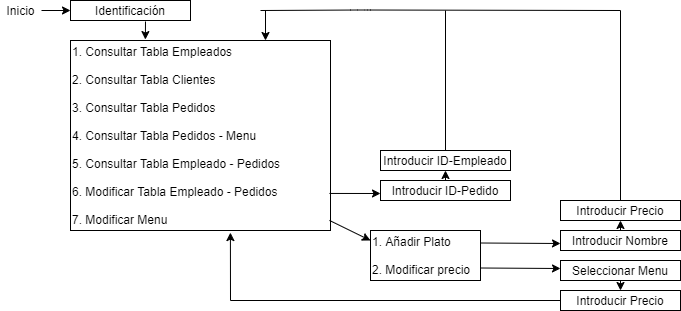
This is docs/Interfaz_Servidor.png from alexrodri04/restaurante2, a draw.io export, as it was before one commit. Source tidied: cells renumbered, new cells last; positions are measured from the earlier drawing's top-left corner, leaving out a move shared by most shapes. The source it was exported from:
```xml
<mxGraphModel>
  <root>
    <mxCell id="0" />
    <mxCell id="1" parent="0" />
    <mxCell id="2" value="Inicio" style="text;html=1;align=center;verticalAlign=middle;points=[];" parent="1" vertex="1">
      <mxGeometry width="40" height="20" as="geometry" />
    </mxCell>
    <mxCell id="3" style="endArrow=classic;html=1;exitX=1.025;exitY=0.5;exitDx=0;exitDy=0;exitPerimeter=0;" parent="1" edge="1" source="2">
      <mxGeometry relative="1" as="geometry">
        <mxPoint x="70" y="10" as="targetPoint" />
      </mxGeometry>
    </mxCell>
    <mxCell id="4" value="Identificación" style="rounded=0;whiteSpace=wrap;html=1;" parent="1" vertex="1">
      <mxGeometry x="70" width="120" height="20" as="geometry" />
    </mxCell>
    <mxCell id="5" value="1. Consultar Tabla Empleados&lt;br&gt;&lt;br&gt;2. Consultar Tabla Clientes&lt;br&gt;&lt;br&gt;3. Consultar Tabla Pedidos&lt;br&gt;&lt;br&gt;4. Consultar Tabla Pedidos - Menu&lt;br&gt;&lt;br&gt;5. Consultar Tabla Empleado - Pedidos&lt;br&gt;&lt;br&gt;6. Modificar Tabla Empleado - Pedidos&lt;br&gt;&lt;br&gt;7. Modificar Menu" style="rounded=0;whiteSpace=wrap;html=1;align=left;" parent="1" vertex="1">
      <mxGeometry x="70" y="40" width="260" height="190" as="geometry" />
    </mxCell>
    <mxCell id="6" style="endArrow=classic;html=1;entryX=0.288;entryY=-0.005;entryDx=0;entryDy=0;entryPerimeter=0;" parent="1" edge="1" target="5">
      <mxGeometry relative="1" as="geometry">
        <mxPoint x="145" y="21" as="sourcePoint" />
      </mxGeometry>
    </mxCell>
    <mxCell id="7" style="endArrow=classic;html=1;exitX=0.996;exitY=0.805;exitDx=0;exitDy=0;exitPerimeter=0;" parent="1" edge="1" source="5">
      <mxGeometry relative="1" as="geometry">
        <mxPoint x="380" y="193" as="targetPoint" />
      </mxGeometry>
    </mxCell>
    <mxCell id="8" value="Introducir ID-Pedido" style="rounded=0;whiteSpace=wrap;html=1;" parent="1" vertex="1">
      <mxGeometry x="380" y="180" width="130" height="20" as="geometry" />
    </mxCell>
    <mxCell id="9" value="Introducir ID-Empleado" style="rounded=0;whiteSpace=wrap;html=1;" parent="1" vertex="1">
      <mxGeometry x="380" y="150" width="130" height="20" as="geometry" />
    </mxCell>
    <mxCell id="10" style="endArrow=classic;html=1;exitX=0.5;exitY=0;exitDx=0;exitDy=0;entryX=0.5;entryY=1;entryDx=0;entryDy=0;" parent="1" edge="1" source="8" target="9">
      <mxGeometry relative="1" as="geometry" />
    </mxCell>
    <mxCell id="11" style="endArrow=classic;html=1;entryX=0.75;entryY=0;entryDx=0;entryDy=0;" parent="1" edge="1" target="5">
      <mxGeometry relative="1" as="geometry">
        <mxPoint x="265" y="10" as="sourcePoint" />
      </mxGeometry>
    </mxCell>
    <mxCell id="12" style="endArrow=none;html=1;exitX=0.5;exitY=0;exitDx=0;exitDy=0;" parent="1" edge="1" source="9">
      <mxGeometry relative="1" as="geometry">
        <mxPoint x="445" y="10" as="targetPoint" />
      </mxGeometry>
    </mxCell>
    <mxCell id="13" style="endArrow=none;html=1;" parent="1" edge="1">
      <mxGeometry relative="1" as="geometry">
        <mxPoint x="260" y="10" as="sourcePoint" />
        <mxPoint x="620" y="10" as="targetPoint" />
        <Array as="points">
          <mxPoint x="360" y="9.5" />
        </Array>
      </mxGeometry>
    </mxCell>
    <mxCell id="14" style="endArrow=classic;html=1;exitX=0.996;exitY=0.947;exitDx=0;exitDy=0;exitPerimeter=0;" parent="1" edge="1" source="5">
      <mxGeometry relative="1" as="geometry">
        <mxPoint x="370" y="240" as="targetPoint" />
      </mxGeometry>
    </mxCell>
    <mxCell id="15" value="1. Añadir Plato&lt;br&gt;&lt;br&gt;&lt;div&gt;&lt;span&gt;2. Modificar precio&lt;/span&gt;&lt;/div&gt;" style="rounded=0;whiteSpace=wrap;html=1;align=left;" parent="1" vertex="1">
      <mxGeometry x="370" y="230" width="110" height="50" as="geometry" />
    </mxCell>
    <mxCell id="16" style="endArrow=classic;html=1;exitX=1;exitY=0.25;exitDx=0;exitDy=0;" parent="1" edge="1" source="15">
      <mxGeometry relative="1" as="geometry">
        <mxPoint x="560" y="243" as="targetPoint" />
      </mxGeometry>
    </mxCell>
    <mxCell id="17" value="Introducir Nombre" style="rounded=0;whiteSpace=wrap;html=1;" parent="1" vertex="1">
      <mxGeometry x="560" y="230" width="120" height="20" as="geometry" />
    </mxCell>
    <mxCell id="18" value="Introducir Precio" style="rounded=0;whiteSpace=wrap;html=1;" parent="1" vertex="1">
      <mxGeometry x="560" y="200" width="120" height="20" as="geometry" />
    </mxCell>
    <mxCell id="19" style="endArrow=classic;html=1;exitX=0.5;exitY=0;exitDx=0;exitDy=0;entryX=0.5;entryY=1;entryDx=0;entryDy=0;" parent="1" edge="1" source="17" target="18">
      <mxGeometry relative="1" as="geometry" />
    </mxCell>
    <mxCell id="20" style="endArrow=none;html=1;exitX=0.5;exitY=0;exitDx=0;exitDy=0;" parent="1" edge="1" source="18">
      <mxGeometry relative="1" as="geometry">
        <mxPoint x="620" y="10" as="targetPoint" />
      </mxGeometry>
    </mxCell>
    <mxCell id="21" style="endArrow=classic;html=1;exitX=1;exitY=0.75;exitDx=0;exitDy=0;" parent="1" edge="1" source="15">
      <mxGeometry relative="1" as="geometry">
        <mxPoint x="560" y="268" as="targetPoint" />
      </mxGeometry>
    </mxCell>
    <mxCell id="22" value="Seleccionar Menu" style="rounded=0;whiteSpace=wrap;html=1;" parent="1" vertex="1">
      <mxGeometry x="560" y="260" width="120" height="20" as="geometry" />
    </mxCell>
    <mxCell id="23" value="Introducir Precio" style="rounded=0;whiteSpace=wrap;html=1;" parent="1" vertex="1">
      <mxGeometry x="560" y="290" width="120" height="20" as="geometry" />
    </mxCell>
    <mxCell id="24" style="endArrow=classic;html=1;exitX=0.5;exitY=1;exitDx=0;exitDy=0;entryX=0.5;entryY=0;entryDx=0;entryDy=0;" parent="1" edge="1" source="22" target="23">
      <mxGeometry relative="1" as="geometry" />
    </mxCell>
    <mxCell id="25" style="endArrow=none;html=1;entryX=0;entryY=0.5;entryDx=0;entryDy=0;" parent="1" edge="1" target="23">
      <mxGeometry relative="1" as="geometry">
        <mxPoint x="230" y="300" as="sourcePoint" />
      </mxGeometry>
    </mxCell>
    <mxCell id="26" style="endArrow=classic;html=1;entryX=0.615;entryY=1.011;entryDx=0;entryDy=0;entryPerimeter=0;" parent="1" edge="1" target="5">
      <mxGeometry relative="1" as="geometry">
        <mxPoint x="230" y="300" as="sourcePoint" />
      </mxGeometry>
    </mxCell>
  </root>
</mxGraphModel>
```
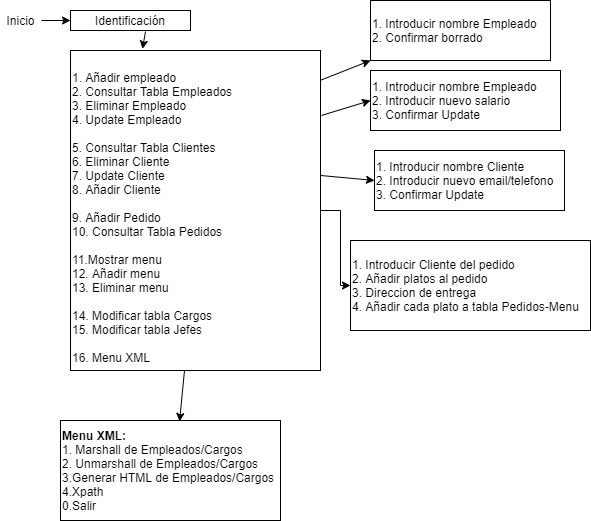
After the commit.

The edit, as a diff of the source:
```diff
@@ -13,97 +13,45 @@
     <mxCell id="4" value="Identificación" style="rounded=0;whiteSpace=wrap;html=1;" parent="1" vertex="1">
       <mxGeometry x="70" width="120" height="20" as="geometry" />
     </mxCell>
+    <mxCell id="27" style="edgeStyle=orthogonalEdgeStyle;rounded=0;jettySize=auto;html=1;entryX=0;entryY=0.5;entryDx=0;entryDy=0;" parent="1" edge="1" source="5" target="32">
+      <mxGeometry relative="1" as="geometry" />
+    </mxCell>
-    <mxCell id="5" value="1. Consultar Tabla Empleados&lt;br&gt;&lt;br&gt;2. Consultar Tabla Clientes&lt;br&gt;&lt;br&gt;3. Consultar Tabla Pedidos&lt;br&gt;&lt;br&gt;4. Consultar Tabla Pedidos - Menu&lt;br&gt;&lt;br&gt;5. Consultar Tabla Empleado - Pedidos&lt;br&gt;&lt;br&gt;6. Modificar Tabla Empleado - Pedidos&lt;br&gt;&lt;br&gt;7. Modificar Menu" style="rounded=0;whiteSpace=wrap;html=1;align=left;" parent="1" vertex="1">
-      <mxGeometry x="70" y="40" width="260" height="190" as="geometry" />
+    <mxCell id="5" value="&lt;br&gt;1. Añadir empleado&lt;br&gt;2. Consultar Tabla Empleados&lt;br&gt;3. Eliminar Empleado&lt;br&gt;4. Update Empleado&lt;br&gt;&lt;br&gt;5. Consultar Tabla Clientes&lt;br&gt;6. Eliminar Cliente&lt;br&gt;7. Update Cliente&lt;br&gt;8. Añadir Cliente&lt;br&gt;&lt;br&gt;9. Añadir Pedido&lt;br&gt;10. Consultar Tabla Pedidos&amp;nbsp;&lt;br&gt;&lt;br&gt;11.Mostrar menu&lt;br&gt;12. Añadir menu&lt;br&gt;13. Eliminar menu&lt;br&gt;&lt;br&gt;14. Modificar tabla Cargos&lt;br&gt;15. Modificar tabla Jefes&lt;br&gt;&lt;br&gt;16. Menu XML" style="rounded=0;whiteSpace=wrap;html=1;align=left;" parent="1" vertex="1">
+      <mxGeometry x="70" y="40" width="250" height="320" as="geometry" />
     </mxCell>
     <mxCell id="6" style="endArrow=classic;html=1;entryX=0.288;entryY=-0.005;entryDx=0;entryDy=0;entryPerimeter=0;" parent="1" edge="1" target="5">
       <mxGeometry relative="1" as="geometry">
         <mxPoint x="145" y="21" as="sourcePoint" />
       </mxGeometry>
     </mxCell>
-    <mxCell id="7" style="endArrow=classic;html=1;exitX=0.996;exitY=0.805;exitDx=0;exitDy=0;exitPerimeter=0;" parent="1" edge="1" source="5">
-      <mxGeometry relative="1" as="geometry">
-        <mxPoint x="380" y="193" as="targetPoint" />
-      </mxGeometry>
-    </mxCell>
-    <mxCell id="8" value="Introducir ID-Pedido" style="rounded=0;whiteSpace=wrap;html=1;" parent="1" vertex="1">
-      <mxGeometry x="380" y="180" width="130" height="20" as="geometry" />
-    </mxCell>
-    <mxCell id="9" value="Introducir ID-Empleado" style="rounded=0;whiteSpace=wrap;html=1;" parent="1" vertex="1">
-      <mxGeometry x="380" y="150" width="130" height="20" as="geometry" />
-    </mxCell>
-    <mxCell id="10" style="endArrow=classic;html=1;exitX=0.5;exitY=0;exitDx=0;exitDy=0;entryX=0.5;entryY=1;entryDx=0;entryDy=0;" parent="1" edge="1" source="8" target="9">
-      <mxGeometry relative="1" as="geometry" />
-    </mxCell>
-    <mxCell id="11" style="endArrow=classic;html=1;entryX=0.75;entryY=0;entryDx=0;entryDy=0;" parent="1" edge="1" target="5">
-      <mxGeometry relative="1" as="geometry">
-        <mxPoint x="265" y="10" as="sourcePoint" />
-      </mxGeometry>
-    </mxCell>
-    <mxCell id="12" style="endArrow=none;html=1;exitX=0.5;exitY=0;exitDx=0;exitDy=0;" parent="1" edge="1" source="9">
-      <mxGeometry relative="1" as="geometry">
-        <mxPoint x="445" y="10" as="targetPoint" />
-      </mxGeometry>
-    </mxCell>
-    <mxCell id="13" style="endArrow=none;html=1;" parent="1" edge="1">
-      <mxGeometry relative="1" as="geometry">
-        <mxPoint x="260" y="10" as="sourcePoint" />
-        <mxPoint x="620" y="10" as="targetPoint" />
-        <Array as="points">
-          <mxPoint x="360" y="9.5" />
-        </Array>
-      </mxGeometry>
-    </mxCell>
-    <mxCell id="14" style="endArrow=classic;html=1;exitX=0.996;exitY=0.947;exitDx=0;exitDy=0;exitPerimeter=0;" parent="1" edge="1" source="5">
-      <mxGeometry relative="1" as="geometry">
-        <mxPoint x="370" y="240" as="targetPoint" />
-      </mxGeometry>
-    </mxCell>
-    <mxCell id="15" value="1. Añadir Plato&lt;br&gt;&lt;br&gt;&lt;div&gt;&lt;span&gt;2. Modificar precio&lt;/span&gt;&lt;/div&gt;" style="rounded=0;whiteSpace=wrap;html=1;align=left;" parent="1" vertex="1">
-      <mxGeometry x="370" y="230" width="110" height="50" as="geometry" />
-    </mxCell>
-    <mxCell id="16" style="endArrow=classic;html=1;exitX=1;exitY=0.25;exitDx=0;exitDy=0;" parent="1" edge="1" source="15">
-      <mxGeometry relative="1" as="geometry">
-        <mxPoint x="560" y="243" as="targetPoint" />
-      </mxGeometry>
-    </mxCell>
-    <mxCell id="17" value="Introducir Nombre" style="rounded=0;whiteSpace=wrap;html=1;" parent="1" vertex="1">
-      <mxGeometry x="560" y="230" width="120" height="20" as="geometry" />
-    </mxCell>
-    <mxCell id="18" value="Introducir Precio" style="rounded=0;whiteSpace=wrap;html=1;" parent="1" vertex="1">
-      <mxGeometry x="560" y="200" width="120" height="20" as="geometry" />
-    </mxCell>
-    <mxCell id="19" style="endArrow=classic;html=1;exitX=0.5;exitY=0;exitDx=0;exitDy=0;entryX=0.5;entryY=1;entryDx=0;entryDy=0;" parent="1" edge="1" source="17" target="18">
-      <mxGeometry relative="1" as="geometry" />
-    </mxCell>
-    <mxCell id="20" style="endArrow=none;html=1;exitX=0.5;exitY=0;exitDx=0;exitDy=0;" parent="1" edge="1" source="18">
-      <mxGeometry relative="1" as="geometry">
-        <mxPoint x="620" y="10" as="targetPoint" />
-      </mxGeometry>
-    </mxCell>
-    <mxCell id="21" style="endArrow=classic;html=1;exitX=1;exitY=0.75;exitDx=0;exitDy=0;" parent="1" edge="1" source="15">
-      <mxGeometry relative="1" as="geometry">
-        <mxPoint x="560" y="268" as="targetPoint" />
-      </mxGeometry>
-    </mxCell>
-    <mxCell id="22" value="Seleccionar Menu" style="rounded=0;whiteSpace=wrap;html=1;" parent="1" vertex="1">
-      <mxGeometry x="560" y="260" width="120" height="20" as="geometry" />
-    </mxCell>
-    <mxCell id="23" value="Introducir Precio" style="rounded=0;whiteSpace=wrap;html=1;" parent="1" vertex="1">
-      <mxGeometry x="560" y="290" width="120" height="20" as="geometry" />
-    </mxCell>
-    <mxCell id="24" style="endArrow=classic;html=1;exitX=0.5;exitY=1;exitDx=0;exitDy=0;entryX=0.5;entryY=0;entryDx=0;entryDy=0;" parent="1" edge="1" source="22" target="23">
-      <mxGeometry relative="1" as="geometry" />
-    </mxCell>
-    <mxCell id="25" style="endArrow=none;html=1;entryX=0;entryY=0.5;entryDx=0;entryDy=0;" parent="1" edge="1" target="23">
-      <mxGeometry relative="1" as="geometry">
-        <mxPoint x="230" y="300" as="sourcePoint" />
-      </mxGeometry>
-    </mxCell>
-    <mxCell id="26" style="endArrow=classic;html=1;entryX=0.615;entryY=1.011;entryDx=0;entryDy=0;entryPerimeter=0;" parent="1" edge="1" target="5">
-      <mxGeometry relative="1" as="geometry">
-        <mxPoint x="230" y="300" as="sourcePoint" />
-      </mxGeometry>
-    </mxCell>
+    <mxCell id="28" style="endArrow=classic;html=1;entryX=0;entryY=1;entryDx=0;entryDy=0;exitX=1;exitY=0.093;exitDx=0;exitDy=0;exitPerimeter=0;" parent="1" edge="1" source="5" target="29">
+      <mxGeometry relative="1" as="geometry" />
+    </mxCell>
+    <mxCell id="29" value="1. Introducir nombre Empleado&lt;br&gt;2. Confirmar borrado" style="rounded=0;whiteSpace=wrap;html=1;align=left;" parent="1" vertex="1">
+      <mxGeometry x="370" y="-10" width="180" height="60" as="geometry" />
+    </mxCell>
+    <mxCell id="30" value="1. Introducir nombre Empleado&lt;br&gt;2. Introducir nuevo salario&lt;br&gt;3. Confirmar Update" style="rounded=0;whiteSpace=wrap;html=1;align=left;" parent="1" vertex="1">
+      <mxGeometry x="370" y="60" width="190" height="60" as="geometry" />
+    </mxCell>
+    <mxCell id="31" value="&lt;b&gt;Menu XML:&lt;/b&gt;&lt;br&gt;1. Marshall de Empleados/Cargos&lt;br&gt;2. Unmarshall de Empleados/Cargos&lt;br&gt;3.Generar HTML de Empleados/Cargos&lt;br&gt;4.Xpath&lt;br&gt;0.Salir" style="rounded=0;whiteSpace=wrap;html=1;align=left;" parent="1" vertex="1">
+      <mxGeometry x="60" y="410" width="220" height="100" as="geometry" />
+    </mxCell>
+    <mxCell id="32" value="1. Introducir Cliente del pedido&lt;br&gt;2. Añadir platos al pedido&lt;br&gt;3. Direccion de entrega&lt;br&gt;4. Añadir cada plato a tabla Pedidos-Menu" style="rounded=0;whiteSpace=wrap;html=1;align=left;" parent="1" vertex="1">
+      <mxGeometry x="350" y="230" width="240" height="90" as="geometry" />
+    </mxCell>
+    <mxCell id="33" style="endArrow=classic;html=1;exitX=1.004;exitY=0.203;exitDx=0;exitDy=0;exitPerimeter=0;entryX=0;entryY=0.5;entryDx=0;entryDy=0;" parent="1" edge="1" source="5" target="30">
+      <mxGeometry relative="1" as="geometry" />
+    </mxCell>
+    <mxCell id="34" style="endArrow=classic;html=1;exitX=0.456;exitY=1;exitDx=0;exitDy=0;exitPerimeter=0;entryX=0.541;entryY=0.01;entryDx=0;entryDy=0;entryPerimeter=0;" parent="1" edge="1" source="5" target="31">
+      <mxGeometry relative="1" as="geometry" />
+    </mxCell>
+    <mxCell id="35" value="1. Introducir nombre Cliente&lt;br&gt;2. Introducir nuevo email/telefono&lt;br&gt;3. Confirmar Update" style="rounded=0;whiteSpace=wrap;html=1;align=left;" parent="1" vertex="1">
+      <mxGeometry x="374" y="140" width="190" height="60" as="geometry" />
+    </mxCell>
+    <mxCell id="36" style="endArrow=classic;html=1;exitX=1.004;exitY=0.203;exitDx=0;exitDy=0;exitPerimeter=0;entryX=0;entryY=0.5;entryDx=0;entryDy=0;" parent="1" edge="1" target="35">
+      <mxGeometry relative="1" as="geometry">
+        <mxPoint x="320" y="165" as="sourcePoint" />
+      </mxGeometry>
+    </mxCell>
   </root>
 </mxGraphModel>
```
